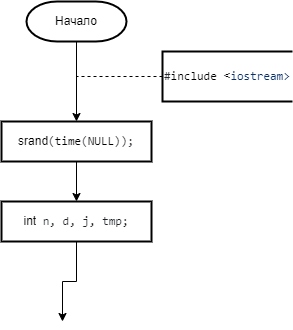
The draw.io diagram 2 Семестр/Labs/№9 Сложные сортировки быстрая (Хоара), слиянием, подсчетом, блочная, Шелла/Шелла.png in IlyaFedoseev227/LABS-PNRPU-IVT-22-1b, before a commit. Source tidied: cells renumbered, new cells last; positions are measured from the earlier drawing's top-left corner, leaving out a move shared by most shapes. Its diagram source:
```xml
<mxGraphModel>
  <root>
    <mxCell id="0" />
    <mxCell id="1" parent="0" />
    <mxCell id="2" value="Начало" style="strokeWidth=2;html=1;shape=mxgraph.flowchart.terminator;whiteSpace=wrap;" parent="1" vertex="1">
      <mxGeometry x="25" width="100" height="40" as="geometry" />
    </mxCell>
    <mxCell id="3" style="edgeStyle=orthogonalEdgeStyle;rounded=0;jettySize=auto;html=1;exitX=0.5;exitY=1;exitDx=0;exitDy=0;exitPerimeter=0;entryX=0.5;entryY=0;entryDx=0;entryDy=0;" parent="1" edge="1" source="2" target="7">
      <mxGeometry relative="1" as="geometry" />
    </mxCell>
    <mxCell id="4" style="edgeStyle=orthogonalEdgeStyle;rounded=0;jettySize=auto;html=1;exitX=0;exitY=0.5;exitDx=0;exitDy=0;exitPerimeter=0;entryX=0.5;entryY=0;entryDx=0;entryDy=0;strokeWidth=1;endArrow=none;endFill=0;dashed=1;" parent="1" edge="1" source="5" target="7">
      <mxGeometry relative="1" as="geometry">
        <Array as="points">
          <mxPoint x="75" y="75" />
        </Array>
      </mxGeometry>
    </mxCell>
    <mxCell id="5" value="&lt;span style=&quot;color: rgb(36, 41, 47); font-family: ui-monospace, SFMono-Regular, &amp;quot;SF Mono&amp;quot;, Menlo, Consolas, &amp;quot;Liberation Mono&amp;quot;, monospace; background-color: rgb(255, 255, 255);&quot;&gt;#&lt;/span&gt;&lt;span style=&quot;box-sizing: border-box; color: var(--color-prettylights-syntax-keyword); font-family: ui-monospace, SFMono-Regular, &amp;quot;SF Mono&amp;quot;, Menlo, Consolas, &amp;quot;Liberation Mono&amp;quot;, monospace; background-color: rgb(255, 255, 255);&quot; class=&quot;pl-k&quot;&gt;include&amp;nbsp;&lt;/span&gt;&lt;span style=&quot;color: rgb(36, 41, 47); font-family: ui-monospace, SFMono-Regular, &amp;quot;SF Mono&amp;quot;, Menlo, Consolas, &amp;quot;Liberation Mono&amp;quot;, monospace; background-color: rgb(255, 255, 255);&quot;&gt;&lt;/span&gt;&lt;span style=&quot;box-sizing: border-box; background-color: rgb(255, 255, 255);&quot; class=&quot;pl-s&quot;&gt;&lt;/span&gt;&amp;lt;&lt;span style=&quot;color: rgb(10, 48, 105); font-family: ui-monospace, SFMono-Regular, &amp;quot;SF Mono&amp;quot;, Menlo, Consolas, &amp;quot;Liberation Mono&amp;quot;, monospace; background-color: rgb(255, 255, 255);&quot;&gt;iostream&lt;/span&gt;&lt;span style=&quot;box-sizing: border-box; color: rgb(10, 48, 105); font-family: ui-monospace, SFMono-Regular, &amp;quot;SF Mono&amp;quot;, Menlo, Consolas, &amp;quot;Liberation Mono&amp;quot;, monospace; background-color: rgb(255, 255, 255);&quot; class=&quot;pl-pds&quot;&gt;&amp;gt;&lt;br&gt;&lt;/span&gt;" style="strokeWidth=2;html=1;shape=mxgraph.flowchart.annotation_1;align=left;" parent="1" vertex="1">
      <mxGeometry x="161" y="50" width="130" height="50" as="geometry" />
    </mxCell>
    <mxCell id="6" style="edgeStyle=orthogonalEdgeStyle;rounded=0;jettySize=auto;html=1;exitX=0.5;exitY=1;exitDx=0;exitDy=0;entryX=0.5;entryY=0;entryDx=0;entryDy=0;" parent="1" edge="1" source="7" target="9">
      <mxGeometry relative="1" as="geometry" />
    </mxCell>
    <mxCell id="7" value="&lt;div style=&quot;text-align: start;&quot;&gt;srand&lt;span style=&quot;color: rgb(31, 35, 40); font-family: ui-monospace, SFMono-Regular, &amp;quot;SF Mono&amp;quot;, Menlo, Consolas, &amp;quot;Liberation Mono&amp;quot;, monospace; background-color: rgb(255, 255, 255);&quot;&gt;(&lt;/span&gt;&lt;span style=&quot;box-sizing: border-box; color: var(--color-prettylights-syntax-constant); font-family: ui-monospace, SFMono-Regular, &amp;quot;SF Mono&amp;quot;, Menlo, Consolas, &amp;quot;Liberation Mono&amp;quot;, monospace; background-color: rgb(255, 255, 255);&quot; class=&quot;pl-c1&quot;&gt;time&lt;/span&gt;&lt;span style=&quot;color: rgb(31, 35, 40); font-family: ui-monospace, SFMono-Regular, &amp;quot;SF Mono&amp;quot;, Menlo, Consolas, &amp;quot;Liberation Mono&amp;quot;, monospace; background-color: rgb(255, 255, 255);&quot;&gt;(&lt;/span&gt;&lt;span style=&quot;box-sizing: border-box; color: var(--color-prettylights-syntax-constant); font-family: ui-monospace, SFMono-Regular, &amp;quot;SF Mono&amp;quot;, Menlo, Consolas, &amp;quot;Liberation Mono&amp;quot;, monospace; background-color: rgb(255, 255, 255);&quot; class=&quot;pl-c1&quot;&gt;NULL&lt;/span&gt;&lt;span style=&quot;color: rgb(31, 35, 40); font-family: ui-monospace, SFMono-Regular, &amp;quot;SF Mono&amp;quot;, Menlo, Consolas, &amp;quot;Liberation Mono&amp;quot;, monospace; background-color: rgb(255, 255, 255);&quot;&gt;));&lt;/span&gt;&lt;br&gt;&lt;/div&gt;" style="shape=parallelogram;perimeter=parallelogramPerimeter;whiteSpace=wrap;html=1;fixedSize=1;strokeWidth=2;size=-6;" parent="1" vertex="1">
      <mxGeometry y="120" width="150" height="40" as="geometry" />
    </mxCell>
    <mxCell id="8" style="edgeStyle=orthogonalEdgeStyle;rounded=0;jettySize=auto;html=1;exitX=0.5;exitY=1;exitDx=0;exitDy=0;" parent="1" edge="1" source="9">
      <mxGeometry relative="1" as="geometry">
        <mxPoint x="61" y="320" as="targetPoint" />
      </mxGeometry>
    </mxCell>
    <mxCell id="9" value="&lt;div style=&quot;text-align: start;&quot;&gt;int&lt;span style=&quot;color: rgb(31, 35, 40); font-family: ui-monospace, SFMono-Regular, &amp;quot;SF Mono&amp;quot;, Menlo, Consolas, &amp;quot;Liberation Mono&amp;quot;, monospace; background-color: rgb(255, 255, 255);&quot;&gt; n, d, j, tmp;&lt;/span&gt;&lt;br&gt;&lt;/div&gt;" style="shape=parallelogram;perimeter=parallelogramPerimeter;whiteSpace=wrap;html=1;fixedSize=1;strokeWidth=2;size=-6;" parent="1" vertex="1">
      <mxGeometry y="200" width="150" height="40" as="geometry" />
    </mxCell>
  </root>
</mxGraphModel>
```
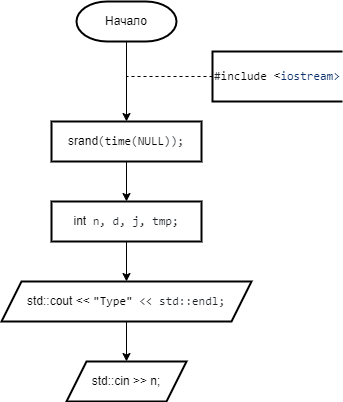
After the commit.

Diff of the diagram source:
```diff
@@ -24,13 +24,20 @@
     <mxCell id="7" value="&lt;div style=&quot;text-align: start;&quot;&gt;srand&lt;span style=&quot;color: rgb(31, 35, 40); font-family: ui-monospace, SFMono-Regular, &amp;quot;SF Mono&amp;quot;, Menlo, Consolas, &amp;quot;Liberation Mono&amp;quot;, monospace; background-color: rgb(255, 255, 255);&quot;&gt;(&lt;/span&gt;&lt;span style=&quot;box-sizing: border-box; color: var(--color-prettylights-syntax-constant); font-family: ui-monospace, SFMono-Regular, &amp;quot;SF Mono&amp;quot;, Menlo, Consolas, &amp;quot;Liberation Mono&amp;quot;, monospace; background-color: rgb(255, 255, 255);&quot; class=&quot;pl-c1&quot;&gt;time&lt;/span&gt;&lt;span style=&quot;color: rgb(31, 35, 40); font-family: ui-monospace, SFMono-Regular, &amp;quot;SF Mono&amp;quot;, Menlo, Consolas, &amp;quot;Liberation Mono&amp;quot;, monospace; background-color: rgb(255, 255, 255);&quot;&gt;(&lt;/span&gt;&lt;span style=&quot;box-sizing: border-box; color: var(--color-prettylights-syntax-constant); font-family: ui-monospace, SFMono-Regular, &amp;quot;SF Mono&amp;quot;, Menlo, Consolas, &amp;quot;Liberation Mono&amp;quot;, monospace; background-color: rgb(255, 255, 255);&quot; class=&quot;pl-c1&quot;&gt;NULL&lt;/span&gt;&lt;span style=&quot;color: rgb(31, 35, 40); font-family: ui-monospace, SFMono-Regular, &amp;quot;SF Mono&amp;quot;, Menlo, Consolas, &amp;quot;Liberation Mono&amp;quot;, monospace; background-color: rgb(255, 255, 255);&quot;&gt;));&lt;/span&gt;&lt;br&gt;&lt;/div&gt;" style="shape=parallelogram;perimeter=parallelogramPerimeter;whiteSpace=wrap;html=1;fixedSize=1;strokeWidth=2;size=-6;" parent="1" vertex="1">
       <mxGeometry y="120" width="150" height="40" as="geometry" />
     </mxCell>
-    <mxCell id="8" style="edgeStyle=orthogonalEdgeStyle;rounded=0;jettySize=auto;html=1;exitX=0.5;exitY=1;exitDx=0;exitDy=0;" parent="1" edge="1" source="9">
-      <mxGeometry relative="1" as="geometry">
-        <mxPoint x="61" y="320" as="targetPoint" />
-      </mxGeometry>
+    <mxCell id="8" style="edgeStyle=orthogonalEdgeStyle;rounded=0;jettySize=auto;html=1;exitX=0.5;exitY=1;exitDx=0;exitDy=0;entryX=0.5;entryY=0;entryDx=0;entryDy=0;" parent="1" edge="1" source="9" target="11">
+      <mxGeometry relative="1" as="geometry" />
     </mxCell>
     <mxCell id="9" value="&lt;div style=&quot;text-align: start;&quot;&gt;int&lt;span style=&quot;color: rgb(31, 35, 40); font-family: ui-monospace, SFMono-Regular, &amp;quot;SF Mono&amp;quot;, Menlo, Consolas, &amp;quot;Liberation Mono&amp;quot;, monospace; background-color: rgb(255, 255, 255);&quot;&gt; n, d, j, tmp;&lt;/span&gt;&lt;br&gt;&lt;/div&gt;" style="shape=parallelogram;perimeter=parallelogramPerimeter;whiteSpace=wrap;html=1;fixedSize=1;strokeWidth=2;size=-6;" parent="1" vertex="1">
       <mxGeometry y="200" width="150" height="40" as="geometry" />
     </mxCell>
+    <mxCell id="10" style="edgeStyle=orthogonalEdgeStyle;rounded=0;jettySize=auto;html=1;exitX=0.5;exitY=1;exitDx=0;exitDy=0;entryX=0.5;entryY=0;entryDx=0;entryDy=0;" parent="1" edge="1" source="11" target="12">
+      <mxGeometry relative="1" as="geometry" />
+    </mxCell>
+    <mxCell id="11" value="&lt;div style=&quot;text-align: start;&quot;&gt;std::cout &amp;lt;&amp;lt; &lt;span style=&quot;box-sizing: border-box; color: var(--color-prettylights-syntax-string); font-family: ui-monospace, SFMono-Regular, &amp;quot;SF Mono&amp;quot;, Menlo, Consolas, &amp;quot;Liberation Mono&amp;quot;, monospace; background-color: rgb(255, 255, 255);&quot; class=&quot;pl-s&quot;&gt;&lt;span style=&quot;box-sizing: border-box; color: var(--color-prettylights-syntax-string);&quot; class=&quot;pl-pds&quot;&gt;&quot;&lt;/span&gt;Type&lt;span style=&quot;box-sizing: border-box; color: var(--color-prettylights-syntax-string);&quot; class=&quot;pl-pds&quot;&gt;&quot;&lt;/span&gt;&lt;/span&gt;&lt;span style=&quot;color: rgb(31, 35, 40); font-family: ui-monospace, SFMono-Regular, &amp;quot;SF Mono&amp;quot;, Menlo, Consolas, &amp;quot;Liberation Mono&amp;quot;, monospace; background-color: rgb(255, 255, 255);&quot;&gt; &amp;lt;&amp;lt; std::endl;&lt;/span&gt;&lt;br&gt;&lt;/div&gt;" style="shape=parallelogram;perimeter=parallelogramPerimeter;whiteSpace=wrap;html=1;fixedSize=1;strokeWidth=2;size=20;" parent="1" vertex="1">
+      <mxGeometry x="-50" y="280" width="250" height="40" as="geometry" />
+    </mxCell>
+    <mxCell id="12" value="&lt;div style=&quot;text-align: start;&quot;&gt;std::cin &amp;gt;&amp;gt; n;&lt;br&gt;&lt;/div&gt;" style="shape=parallelogram;perimeter=parallelogramPerimeter;whiteSpace=wrap;html=1;fixedSize=1;strokeWidth=2;size=20;" parent="1" vertex="1">
+      <mxGeometry x="15" y="360" width="120" height="40" as="geometry" />
+    </mxCell>
   </root>
 </mxGraphModel>
```
